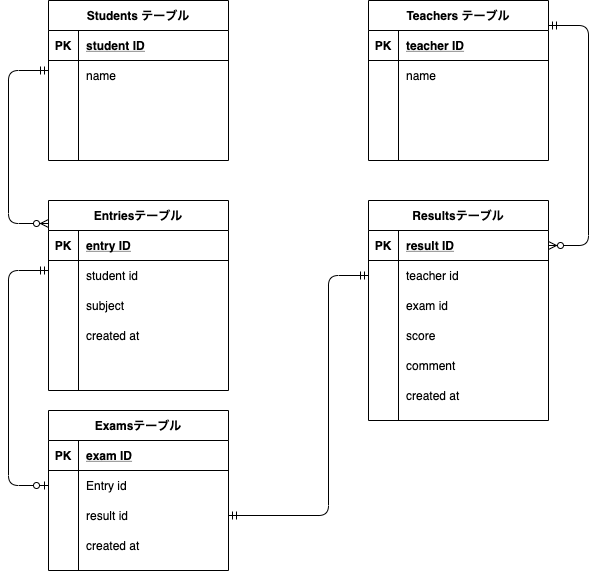
Earlier version of the draw.io export index.drawio.png (eri237/coachtech-ER). Source tidied: cells renumbered, new cells last; positions are measured from the earlier drawing's top-left corner, leaving out a move shared by most shapes.
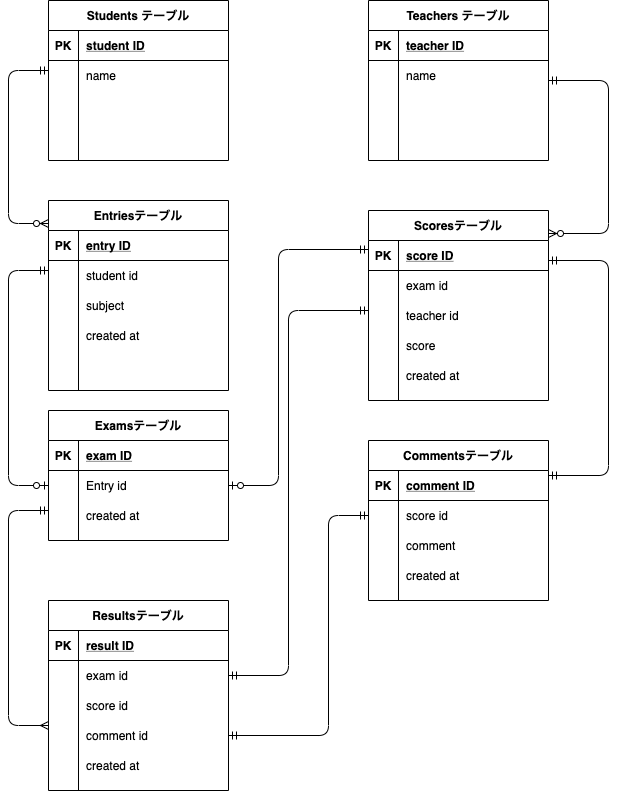
After the commit.

The edit, as a diff of the source:
```diff
@@ -81,7 +81,7 @@
       <mxGeometry x="30" width="150" height="30" as="geometry" />
     </mxCell>
     <mxCell id="28" value="Examsテーブル" style="shape=table;startSize=30;rowLines=0;fontStyle=1;align=center;" parent="1" vertex="1">
-      <mxGeometry x="40" y="410" width="180" height="160" as="geometry" />
+      <mxGeometry x="40" y="410" width="180" height="130" as="geometry" />
     </mxCell>
     <mxCell id="29" style="shape=partialRectangle;fillColor=none;top=0;left=0;bottom=1;right=0;" parent="28" vertex="1">
       <mxGeometry y="30" width="180" height="30" as="geometry" />
@@ -101,17 +101,8 @@
     <mxCell id="34" value="Entry id" style="shape=partialRectangle;fillColor=none;top=0;left=0;bottom=0;right=0;align=left;spacingLeft=6;overflow=hidden;" parent="32" vertex="1">
       <mxGeometry x="30" width="150" height="30" as="geometry" />
     </mxCell>
-    <mxCell id="35" style="shape=partialRectangle;fillColor=none;top=0;left=0;bottom=0;right=0;" parent="28" vertex="1">
-      <mxGeometry y="90" width="180" height="30" as="geometry" />
-    </mxCell>
-    <mxCell id="36" style="shape=partialRectangle;fillColor=none;top=0;left=0;bottom=0;right=0;overflow=hidden;" parent="35" vertex="1">
-      <mxGeometry width="30" height="30" as="geometry" />
-    </mxCell>
-    <mxCell id="37" value="result id" style="shape=partialRectangle;fillColor=none;top=0;left=0;bottom=0;right=0;align=left;spacingLeft=6;overflow=hidden;" parent="35" vertex="1">
-      <mxGeometry x="30" width="150" height="30" as="geometry" />
-    </mxCell>
     <mxCell id="38" style="shape=partialRectangle;fillColor=none;top=0;left=0;bottom=0;right=0;" parent="28" vertex="1">
-      <mxGeometry y="120" width="180" height="30" as="geometry" />
+      <mxGeometry y="90" width="180" height="30" as="geometry" />
     </mxCell>
     <mxCell id="39" style="shape=partialRectangle;fillColor=none;top=0;left=0;bottom=0;right=0;overflow=hidden;" parent="38" vertex="1">
       <mxGeometry width="30" height="30" as="geometry" />
@@ -129,15 +120,6 @@
         </Array>
       </mxGeometry>
     </mxCell>
-    <mxCell id="42" style="edgeStyle=orthogonalEdgeStyle;fontSize=12;html=1;endArrow=ERmandOne;endFill=0;startArrow=ERmandOne;startFill=0;entryX=0;entryY=0.5;entryDx=0;entryDy=0;exitX=1;exitY=0.5;exitDx=0;exitDy=0;" parent="1" edge="1" target="61">
-      <mxGeometry relative="1" as="geometry">
-        <mxPoint x="220" y="515" as="sourcePoint" />
-        <Array as="points">
-          <mxPoint x="320" y="515" />
-          <mxPoint x="320" y="275" />
-        </Array>
-      </mxGeometry>
-    </mxCell>
     <mxCell id="43" style="edgeStyle=orthogonalEdgeStyle;fontSize=12;html=1;endArrow=ERmandOne;endFill=0;startArrow=ERzeroToOne;startFill=1;exitX=0;exitY=0.5;exitDx=0;exitDy=0;" parent="1" edge="1" source="32">
       <mxGeometry relative="1" as="geometry">
         <mxPoint x="40" y="270" as="targetPoint" />
@@ -187,7 +169,7 @@
       <mxGeometry x="30" width="150" height="30" as="geometry" />
     </mxCell>
     <mxCell id="57" value="Resultsテーブル" style="shape=table;startSize=30;rowLines=0;fontStyle=1;align=center;" parent="1" vertex="1">
-      <mxGeometry x="360" y="200" width="180" height="220" as="geometry" />
+      <mxGeometry x="40" y="600" width="180" height="190" as="geometry" />
     </mxCell>
     <mxCell id="58" style="shape=partialRectangle;fillColor=none;top=0;left=0;bottom=1;right=0;points=[[0,0.5],[1,0.5]];portConstraint=eastwest;" parent="57" vertex="1">
       <mxGeometry y="30" width="180" height="30" as="geometry" />
@@ -198,44 +180,35 @@
     <mxCell id="60" value="result ID" style="shape=partialRectangle;fillColor=none;top=0;left=0;bottom=0;right=0;align=left;spacingLeft=6;fontStyle=5;overflow=hidden;" parent="58" vertex="1">
       <mxGeometry x="30" width="150" height="30" as="geometry" />
     </mxCell>
+    <mxCell id="77" style="shape=partialRectangle;fillColor=none;top=0;left=0;bottom=0;right=0;points=[[0,0.5],[1,0.5]];portConstraint=eastwest;" parent="57" vertex="1">
+      <mxGeometry y="60" width="180" height="30" as="geometry" />
+    </mxCell>
+    <mxCell id="78" style="shape=partialRectangle;fillColor=none;top=0;left=0;bottom=0;right=0;overflow=hidden;" parent="77" vertex="1">
+      <mxGeometry width="30" height="30" as="geometry" />
+    </mxCell>
+    <mxCell id="79" value="exam id" style="shape=partialRectangle;fillColor=none;top=0;left=0;bottom=0;right=0;align=left;spacingLeft=6;overflow=hidden;" parent="77" vertex="1">
+      <mxGeometry x="30" width="150" height="30" as="geometry" />
+    </mxCell>
     <mxCell id="61" style="shape=partialRectangle;fillColor=none;top=0;left=0;bottom=0;right=0;points=[[0,0.5],[1,0.5]];portConstraint=eastwest;" parent="57" vertex="1">
-      <mxGeometry y="60" width="180" height="30" as="geometry" />
+      <mxGeometry y="90" width="180" height="30" as="geometry" />
     </mxCell>
     <mxCell id="62" style="shape=partialRectangle;fillColor=none;top=0;left=0;bottom=0;right=0;overflow=hidden;" parent="61" vertex="1">
       <mxGeometry width="30" height="30" as="geometry" />
     </mxCell>
-    <mxCell id="63" value="teacher id" style="shape=partialRectangle;fillColor=none;top=0;left=0;bottom=0;right=0;align=left;spacingLeft=6;overflow=hidden;" parent="61" vertex="1">
+    <mxCell id="63" value="score id" style="shape=partialRectangle;fillColor=none;top=0;left=0;bottom=0;right=0;align=left;spacingLeft=6;overflow=hidden;" parent="61" vertex="1">
       <mxGeometry x="30" width="150" height="30" as="geometry" />
     </mxCell>
     <mxCell id="64" style="shape=partialRectangle;fillColor=none;top=0;left=0;bottom=0;right=0;" parent="57" vertex="1">
-      <mxGeometry y="90" width="180" height="30" as="geometry" />
+      <mxGeometry y="120" width="180" height="30" as="geometry" />
     </mxCell>
     <mxCell id="65" style="shape=partialRectangle;fillColor=none;top=0;left=0;bottom=0;right=0;overflow=hidden;" parent="64" vertex="1">
       <mxGeometry width="30" height="30" as="geometry" />
     </mxCell>
-    <mxCell id="66" value="exam id" style="shape=partialRectangle;fillColor=none;top=0;left=0;bottom=0;right=0;align=left;spacingLeft=6;overflow=hidden;" parent="64" vertex="1">
+    <mxCell id="66" value="comment id" style="shape=partialRectangle;fillColor=none;top=0;left=0;bottom=0;right=0;align=left;spacingLeft=6;overflow=hidden;" parent="64" vertex="1">
       <mxGeometry x="30" width="150" height="30" as="geometry" />
     </mxCell>
-    <mxCell id="67" style="shape=partialRectangle;fillColor=none;top=0;left=0;bottom=0;right=0;" parent="57" vertex="1">
-      <mxGeometry y="120" width="180" height="30" as="geometry" />
-    </mxCell>
-    <mxCell id="68" style="shape=partialRectangle;fillColor=none;top=0;left=0;bottom=0;right=0;overflow=hidden;" parent="67" vertex="1">
-      <mxGeometry width="30" height="30" as="geometry" />
-    </mxCell>
-    <mxCell id="69" value="score" style="shape=partialRectangle;fillColor=none;top=0;left=0;bottom=0;right=0;align=left;spacingLeft=6;overflow=hidden;" parent="67" vertex="1">
-      <mxGeometry x="30" width="150" height="30" as="geometry" />
-    </mxCell>
-    <mxCell id="70" style="shape=partialRectangle;fillColor=none;top=0;left=0;bottom=0;right=0;" parent="57" vertex="1">
-      <mxGeometry y="150" width="180" height="30" as="geometry" />
-    </mxCell>
-    <mxCell id="71" style="shape=partialRectangle;fillColor=none;top=0;left=0;bottom=0;right=0;overflow=hidden;" parent="70" vertex="1">
-      <mxGeometry width="30" height="30" as="geometry" />
-    </mxCell>
-    <mxCell id="72" value="comment" style="shape=partialRectangle;fillColor=none;top=0;left=0;bottom=0;right=0;align=left;spacingLeft=6;overflow=hidden;" parent="70" vertex="1">
-      <mxGeometry x="30" width="150" height="30" as="geometry" />
-    </mxCell>
     <mxCell id="73" style="shape=partialRectangle;fillColor=none;top=0;left=0;bottom=0;right=0;" parent="57" vertex="1">
-      <mxGeometry y="180" width="180" height="30" as="geometry" />
+      <mxGeometry y="150" width="180" height="30" as="geometry" />
     </mxCell>
     <mxCell id="74" style="shape=partialRectangle;fillColor=none;top=0;left=0;bottom=0;right=0;overflow=hidden;" parent="73" vertex="1">
       <mxGeometry width="30" height="30" as="geometry" />
@@ -243,14 +216,148 @@
     <mxCell id="75" value="created at" style="shape=partialRectangle;fillColor=none;top=0;left=0;bottom=0;right=0;align=left;spacingLeft=6;overflow=hidden;" parent="73" vertex="1">
       <mxGeometry x="30" width="150" height="30" as="geometry" />
     </mxCell>
-    <mxCell id="76" style="edgeStyle=orthogonalEdgeStyle;fontSize=12;html=1;endArrow=ERmandOne;endFill=0;startArrow=ERzeroToMany;startFill=1;entryX=1;entryY=0.5;entryDx=0;entryDy=0;exitX=1;exitY=0.5;exitDx=0;exitDy=0;" parent="1" edge="1" source="58">
-      <mxGeometry relative="1" as="geometry">
-        <mxPoint x="540" y="25" as="targetPoint" />
-        <Array as="points">
-          <mxPoint x="580" y="245" />
-          <mxPoint x="580" y="25" />
-        </Array>
-      </mxGeometry>
-    </mxCell>
+    <mxCell id="80" value="Commentsテーブル" style="shape=table;startSize=30;rowLines=0;fontStyle=1;align=center;" parent="1" vertex="1">
+      <mxGeometry x="360" y="440" width="180" height="160" as="geometry" />
+    </mxCell>
+    <mxCell id="81" style="shape=partialRectangle;fillColor=none;top=0;left=0;bottom=1;right=0;" parent="80" vertex="1">
+      <mxGeometry y="30" width="180" height="30" as="geometry" />
+    </mxCell>
+    <mxCell id="82" value="PK" style="shape=partialRectangle;fillColor=none;top=0;left=0;bottom=0;right=0;fontStyle=1;overflow=hidden;" parent="81" vertex="1">
+      <mxGeometry width="30" height="30" as="geometry" />
+    </mxCell>
+    <mxCell id="83" value="comment ID" style="shape=partialRectangle;fillColor=none;top=0;left=0;bottom=0;right=0;align=left;spacingLeft=6;fontStyle=5;overflow=hidden;" parent="81" vertex="1">
+      <mxGeometry x="30" width="150" height="30" as="geometry" />
+    </mxCell>
+    <mxCell id="84" style="shape=partialRectangle;fillColor=none;top=0;left=0;bottom=0;right=0;points=[[0,0.5],[1,0.5]];portConstraint=eastwest;" parent="80" vertex="1">
+      <mxGeometry y="60" width="180" height="30" as="geometry" />
+    </mxCell>
+    <mxCell id="85" style="shape=partialRectangle;fillColor=none;top=0;left=0;bottom=0;right=0;overflow=hidden;" parent="84" vertex="1">
+      <mxGeometry width="30" height="30" as="geometry" />
+    </mxCell>
+    <mxCell id="86" value="score id" style="shape=partialRectangle;fillColor=none;top=0;left=0;bottom=0;right=0;align=left;spacingLeft=6;overflow=hidden;" parent="84" vertex="1">
+      <mxGeometry x="30" width="150" height="30" as="geometry" />
+    </mxCell>
+    <mxCell id="87" style="shape=partialRectangle;fillColor=none;top=0;left=0;bottom=0;right=0;" parent="80" vertex="1">
+      <mxGeometry y="90" width="180" height="30" as="geometry" />
+    </mxCell>
+    <mxCell id="88" style="shape=partialRectangle;fillColor=none;top=0;left=0;bottom=0;right=0;overflow=hidden;" parent="87" vertex="1">
+      <mxGeometry width="30" height="30" as="geometry" />
+    </mxCell>
+    <mxCell id="72" value="comment" style="shape=partialRectangle;fillColor=none;top=0;left=0;bottom=0;right=0;align=left;spacingLeft=6;overflow=hidden;" parent="87" vertex="1">
+      <mxGeometry x="30" width="150" height="30" as="geometry" />
+    </mxCell>
+    <mxCell id="89" style="shape=partialRectangle;fillColor=none;top=0;left=0;bottom=0;right=0;" parent="80" vertex="1">
+      <mxGeometry y="120" width="180" height="30" as="geometry" />
+    </mxCell>
+    <mxCell id="90" style="shape=partialRectangle;fillColor=none;top=0;left=0;bottom=0;right=0;overflow=hidden;" parent="89" vertex="1">
+      <mxGeometry width="30" height="30" as="geometry" />
+    </mxCell>
+    <mxCell id="91" value="created at" style="shape=partialRectangle;fillColor=none;top=0;left=0;bottom=0;right=0;align=left;spacingLeft=6;overflow=hidden;" parent="89" vertex="1">
+      <mxGeometry x="30" width="150" height="30" as="geometry" />
+    </mxCell>
+    <mxCell id="92" value="Scoresテーブル" style="shape=table;startSize=30;rowLines=0;fontStyle=1;align=center;" parent="1" vertex="1">
+      <mxGeometry x="360" y="210" width="180" height="190" as="geometry" />
+    </mxCell>
+    <mxCell id="93" style="shape=partialRectangle;fillColor=none;top=0;left=0;bottom=1;right=0;points=[[0,0.5],[1,0.5]];portConstraint=eastwest;" parent="92" vertex="1">
+      <mxGeometry y="30" width="180" height="30" as="geometry" />
+    </mxCell>
+    <mxCell id="94" value="PK" style="shape=partialRectangle;fillColor=none;top=0;left=0;bottom=0;right=0;fontStyle=1;overflow=hidden;" parent="93" vertex="1">
+      <mxGeometry width="30" height="30" as="geometry" />
+    </mxCell>
+    <mxCell id="95" value="score ID" style="shape=partialRectangle;fillColor=none;top=0;left=0;bottom=0;right=0;align=left;spacingLeft=6;fontStyle=5;overflow=hidden;" parent="93" vertex="1">
+      <mxGeometry x="30" width="150" height="30" as="geometry" />
+    </mxCell>
+    <mxCell id="96" style="shape=partialRectangle;fillColor=none;top=0;left=0;bottom=0;right=0;" parent="92" vertex="1">
+      <mxGeometry y="60" width="180" height="30" as="geometry" />
+    </mxCell>
+    <mxCell id="97" style="shape=partialRectangle;fillColor=none;top=0;left=0;bottom=0;right=0;overflow=hidden;" parent="96" vertex="1">
+      <mxGeometry width="30" height="30" as="geometry" />
+    </mxCell>
+    <mxCell id="98" value="exam id" style="shape=partialRectangle;fillColor=none;top=0;left=0;bottom=0;right=0;align=left;spacingLeft=6;overflow=hidden;" parent="96" vertex="1">
+      <mxGeometry x="30" width="150" height="30" as="geometry" />
+    </mxCell>
+    <mxCell id="99" style="shape=partialRectangle;fillColor=none;top=0;left=0;bottom=0;right=0;" parent="92" vertex="1">
+      <mxGeometry y="90" width="180" height="30" as="geometry" />
+    </mxCell>
+    <mxCell id="100" style="shape=partialRectangle;fillColor=none;top=0;left=0;bottom=0;right=0;overflow=hidden;" parent="99" vertex="1">
+      <mxGeometry width="30" height="30" as="geometry" />
+    </mxCell>
+    <mxCell id="101" value="teacher id" style="shape=partialRectangle;fillColor=none;top=0;left=0;bottom=0;right=0;align=left;spacingLeft=6;overflow=hidden;" parent="99" vertex="1">
+      <mxGeometry x="30" width="150" height="30" as="geometry" />
+    </mxCell>
+    <mxCell id="102" style="shape=partialRectangle;fillColor=none;top=0;left=0;bottom=0;right=0;" parent="92" vertex="1">
+      <mxGeometry y="120" width="180" height="30" as="geometry" />
+    </mxCell>
+    <mxCell id="103" style="shape=partialRectangle;fillColor=none;top=0;left=0;bottom=0;right=0;overflow=hidden;" parent="102" vertex="1">
+      <mxGeometry width="30" height="30" as="geometry" />
+    </mxCell>
+    <mxCell id="69" value="score " style="shape=partialRectangle;fillColor=none;top=0;left=0;bottom=0;right=0;align=left;spacingLeft=6;overflow=hidden;" parent="102" vertex="1">
+      <mxGeometry x="30" width="150" height="30" as="geometry" />
+    </mxCell>
+    <mxCell id="70" style="shape=partialRectangle;fillColor=none;top=0;left=0;bottom=0;right=0;" parent="92" vertex="1">
+      <mxGeometry y="150" width="180" height="30" as="geometry" />
+    </mxCell>
+    <mxCell id="104" style="shape=partialRectangle;fillColor=none;top=0;left=0;bottom=0;right=0;overflow=hidden;" parent="70" vertex="1">
+      <mxGeometry width="30" height="30" as="geometry" />
+    </mxCell>
+    <mxCell id="105" value="created at" style="shape=partialRectangle;fillColor=none;top=0;left=0;bottom=0;right=0;align=left;spacingLeft=6;overflow=hidden;" parent="70" vertex="1">
+      <mxGeometry x="30" width="150" height="30" as="geometry" />
+    </mxCell>
+    <mxCell id="106" style="edgeStyle=orthogonalEdgeStyle;fontSize=12;html=1;endArrow=ERmandOne;endFill=0;startArrow=ERmandOne;startFill=0;exitX=0;exitY=0.5;exitDx=0;exitDy=0;" parent="1" edge="1">
+      <mxGeometry relative="1" as="geometry">
+        <mxPoint x="540" y="475" as="sourcePoint" />
+        <mxPoint x="540" y="260" as="targetPoint" />
+        <Array as="points">
+          <mxPoint x="600" y="475" />
+          <mxPoint x="600" y="260" />
+        </Array>
+      </mxGeometry>
+    </mxCell>
+    <mxCell id="107" style="edgeStyle=orthogonalEdgeStyle;fontSize=12;html=1;endArrow=ERmandOne;endFill=0;startArrow=ERzeroToMany;startFill=1;" parent="1" edge="1">
+      <mxGeometry relative="1" as="geometry">
+        <mxPoint x="540" y="233" as="sourcePoint" />
+        <mxPoint x="540" y="80" as="targetPoint" />
+        <Array as="points">
+          <mxPoint x="600" y="233" />
+          <mxPoint x="600" y="80" />
+        </Array>
+      </mxGeometry>
+    </mxCell>
+    <mxCell id="108" style="edgeStyle=orthogonalEdgeStyle;fontSize=12;html=1;endArrow=ERmandOne;endFill=0;startArrow=ERmandOne;startFill=0;exitX=1;exitY=0.5;exitDx=0;exitDy=0;" parent="1" edge="1" source="77">
+      <mxGeometry relative="1" as="geometry">
+        <mxPoint x="360" y="310" as="targetPoint" />
+        <Array as="points">
+          <mxPoint x="280" y="675" />
+          <mxPoint x="280" y="310" />
+        </Array>
+      </mxGeometry>
+    </mxCell>
+    <mxCell id="109" style="edgeStyle=orthogonalEdgeStyle;fontSize=12;html=1;endArrow=ERmandOne;endFill=0;startArrow=ERmandOne;startFill=0;exitX=1;exitY=0.5;exitDx=0;exitDy=0;entryX=0;entryY=0.5;entryDx=0;entryDy=0;" parent="1" edge="1" target="84">
+      <mxGeometry relative="1" as="geometry">
+        <mxPoint x="220" y="735" as="sourcePoint" />
+        <Array as="points">
+          <mxPoint x="320" y="735" />
+          <mxPoint x="320" y="515" />
+        </Array>
+      </mxGeometry>
+    </mxCell>
+    <mxCell id="110" style="edgeStyle=orthogonalEdgeStyle;fontSize=12;html=1;endArrow=ERmandOne;endFill=0;startArrow=ERzeroToOne;startFill=1;entryX=0;entryY=0.3;entryDx=0;entryDy=0;entryPerimeter=0;exitX=1;exitY=0.5;exitDx=0;exitDy=0;" parent="1" edge="1" source="32" target="93">
+      <mxGeometry relative="1" as="geometry">
+        <Array as="points">
+          <mxPoint x="270" y="485" />
+          <mxPoint x="270" y="249" />
+        </Array>
+      </mxGeometry>
+    </mxCell>
+    <mxCell id="111" style="edgeStyle=orthogonalEdgeStyle;fontSize=12;html=1;endArrow=ERmandOne;endFill=0;startArrow=ERmany;startFill=0;exitX=0;exitY=0.5;exitDx=0;exitDy=0;" parent="1" edge="1">
+      <mxGeometry relative="1" as="geometry">
+        <mxPoint x="40" y="725" as="sourcePoint" />
+        <mxPoint x="40" y="510" as="targetPoint" />
+        <Array as="points">
+          <mxPoint y="725" />
+          <mxPoint y="510" />
+        </Array>
+      </mxGeometry>
+    </mxCell>
   </root>
 </mxGraphModel>
```
